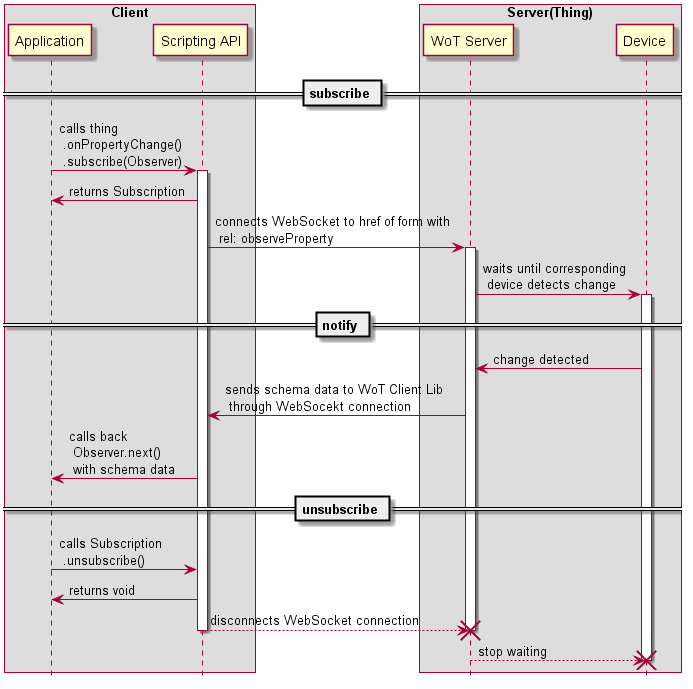
Before: images/message-flows/A_1_3c_observePropertyWebSocket.png, a diagram exported from PlantUML (w3c/wot-architecture). The source it was exported from:
```plantuml
@startuml
hide footbox

box "Client"
participant "Application" as AP
participant "Scripting API" as SA
end box

box "Server(Thing)"
participant "WoT Server" as WS
participant "Device" as DC
end box

== subscribe ==

AP  -> SA: calls thing \n .onPropertyChange() \n .subscribe(Observer)
activate SA
SA  -> AP: returns Subscription
SA  -> WS: connects WebSocket to href of form with \n rel: observeProperty
activate WS
WS  -> DC: waits until corresponding \n device detects change
activate DC

== notify ==

DC  -> WS: change detected
WS  -> SA: sends schema data to WoT Client Lib \n through WebSocekt connection
SA  -> AP: calls back \n Observer.next() \n with schema data

== unsubscribe ==

AP  -> SA: calls Subscription \n .unsubscribe()
SA  -> AP: returns void
SA --> WS: disconnects WebSocket connection
deactivate SA
destroy WS
WS --> DC: stop waiting
destroy DC

@enduml
```
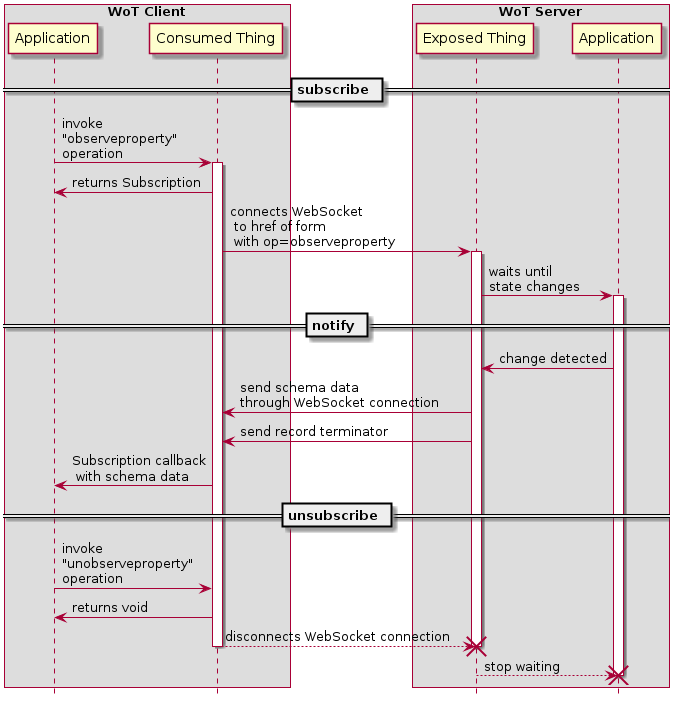
The same diagram one commit later.

What changed in the source:
```diff
@@ -1,35 +1,36 @@
 @startuml
 hide footbox
 
-box "Client"
+box "WoT Client"
 participant "Application" as AP
-participant "Scripting API" as SA
+participant "Consumed Thing" as SA
 end box
 
-box "Server(Thing)"
-participant "WoT Server" as WS
-participant "Device" as DC
+box "WoT Server"
+participant "Exposed Thing" as WS
+participant "Application" as DC
 end box
 
 == subscribe ==
 
-AP  -> SA: calls thing \n .onPropertyChange() \n .subscribe(Observer)
+AP  -> SA: invoke\n"observeproperty"\noperation
 activate SA
 SA  -> AP: returns Subscription
-SA  -> WS: connects WebSocket to href of form with \n rel: observeProperty
+SA  -> WS: connects WebSocket\n to href of form\n with op=observeproperty
 activate WS
-WS  -> DC: waits until corresponding \n device detects change
+WS  -> DC: waits until\nstate changes
 activate DC
 
 == notify ==
 
 DC  -> WS: change detected
-WS  -> SA: sends schema data to WoT Client Lib \n through WebSocekt connection
-SA  -> AP: calls back \n Observer.next() \n with schema data
+WS  -> SA: send schema data\nthrough WebSocket connection
+WS  -> SA: send record terminator
+SA  -> AP: Subscription callback\n with schema data
 
 == unsubscribe ==
 
-AP  -> SA: calls Subscription \n .unsubscribe()
+AP  -> SA: invoke\n"unobserveproperty"\noperation
 SA  -> AP: returns void
 SA --> WS: disconnects WebSocket connection
 deactivate SA
```
